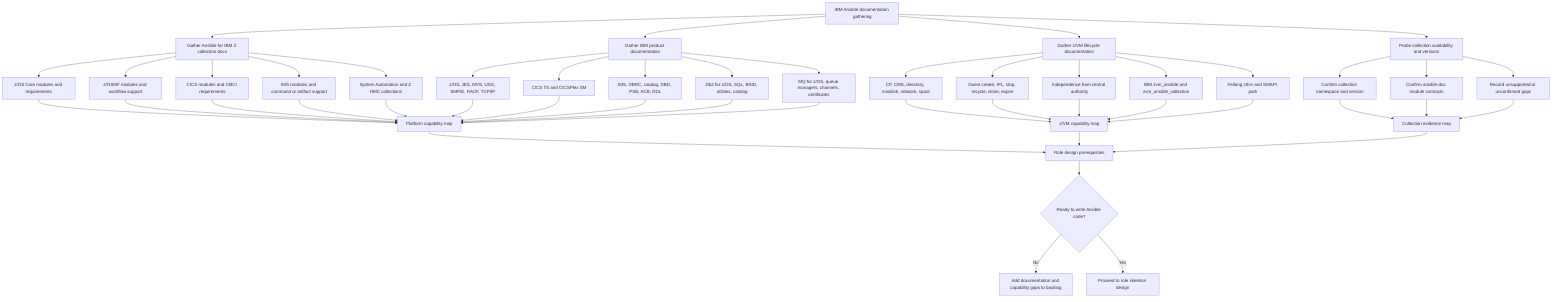
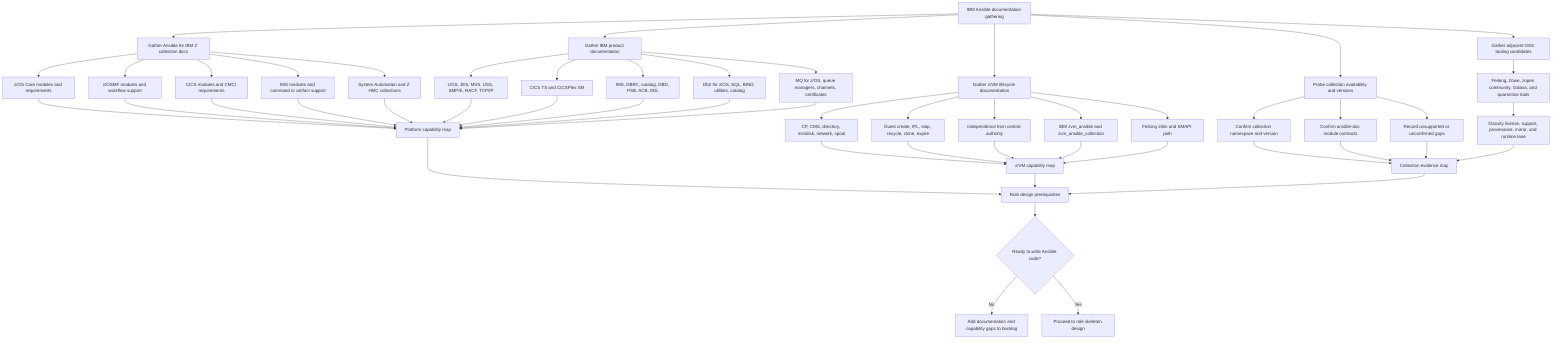
flowchart TD
    A["IBM Ansible documentation gathering"] --> B["Gather Ansible for IBM Z collection docs"]
    A --> C["Gather IBM product documentation"]
    A --> D["Gather z/VM lifecycle documentation"]
    A --> E["Probe collection availability and versions"]
+     A --> AE["Gather adjacent OSS tooling candidates"]

    B --> F["z/OS Core modules and requirements"]
    B --> G["z/OSMF modules and workflow support"]
    B --> H["CICS modules and CMCI requirements"]
    B --> I["IMS modules and command or artifact support"]
    B --> J["System Automation and Z HMC collections"]

    C --> K["z/OS, JES, MVS, USS, SMP/E, RACF, TCP/IP"]
    C --> L["CICS TS and CICSPlex SM"]
    C --> M["IMS, DBRC, catalog, DBD, PSB, ACB, DDL"]
    C --> N["Db2 for z/OS, SQL, BIND, utilities, catalog"]
    C --> O["MQ for z/OS, queue managers, channels, certificates"]

    D --> P["CP, CMS, directory, minidisk, network, spool"]
    D --> Q["Guest create, IPL, stop, recycle, clone, expire"]
    D --> R["Independence from central authority"]
    D --> AC["IBM zvm_ansible and zvm_ansible_collection"]
    D --> AD["Feilong zthin and SMAPI path"]

    E --> S["Confirm collection namespace and version"]
    E --> T["Confirm ansible-doc module contracts"]
    E --> U["Record unsupported or unconfirmed gaps"]
+     AE --> AF["Feilong, Zowe, zopen community, Galasa, and quarantine tools"]
+     AF --> AG["Classify license, support, provenance, mirror, and runtime lane"]

    F --> V["Platform capability map"]
    G --> V
    H --> V
    I --> V
    J --> V
    K --> V
    L --> V
    M --> V
    N --> V
    O --> V
    P --> W["z/VM capability map"]
    Q --> W
    R --> W
    AC --> W
    AD --> W
    S --> X["Collection evidence map"]
    T --> X
    U --> X
+     AG --> X

    V --> Y["Role design prerequisites"]
    W --> Y
    X --> Y
    Y --> Z{"Ready to write Ansible code?"}
    Z -- "No" --> AA["Add documentation and capability gaps to backlog"]
    Z -- "Yes" --> AB["Proceed to role skeleton design"]
